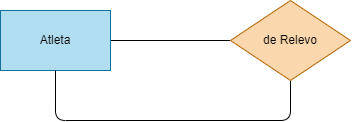
Above: Tareas/Unidad1/Images/ejercicio1.4.drawio.png in WhiteCascade/BAE (draw.io), before the change. Source tidied: cells renumbered, new cells last; positions are measured from the earlier drawing's top-left corner, leaving out a move shared by most shapes.
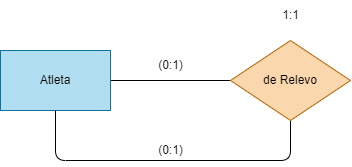
The same diagram one commit later.

The edit, as a diff of the source:
```diff
@@ -19,5 +19,14 @@
     <mxCell id="5" value="de Relevo" style="rhombus;whiteSpace=wrap;html=1;fillColor=#fad7ac;strokeColor=#b46504;" parent="1" vertex="1">
       <mxGeometry x="230" width="120" height="80" as="geometry" />
     </mxCell>
+    <mxCell id="6" value="(0:1)" style="text;html=1;align=center;verticalAlign=middle;strokeColor=none;fillColor=none;" parent="1" vertex="1">
+      <mxGeometry x="145" y="10" width="50" height="30" as="geometry" />
+    </mxCell>
+    <mxCell id="7" value="(0:1)" style="text;html=1;align=center;verticalAlign=middle;strokeColor=none;fillColor=none;" parent="1" vertex="1">
+      <mxGeometry x="145" y="95" width="50" height="30" as="geometry" />
+    </mxCell>
+    <mxCell id="8" value="1:1" style="text;html=1;align=center;verticalAlign=middle;strokeColor=none;fillColor=none;" parent="1" vertex="1">
+      <mxGeometry x="270" y="-40" width="40" height="30" as="geometry" />
+    </mxCell>
   </root>
 </mxGraphModel>
```
